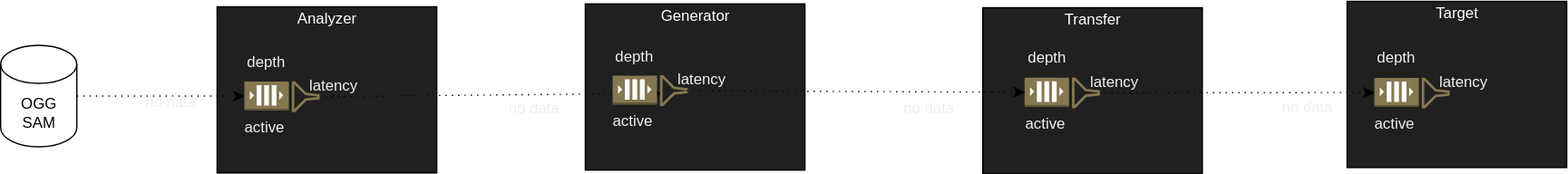
Earlier version of the draw.io export testgraph.svg (hectick/testing). Source tidied: cells renumbered, new cells last; positions are measured from the earlier drawing's top-left corner, leaving out a move shared by most shapes.
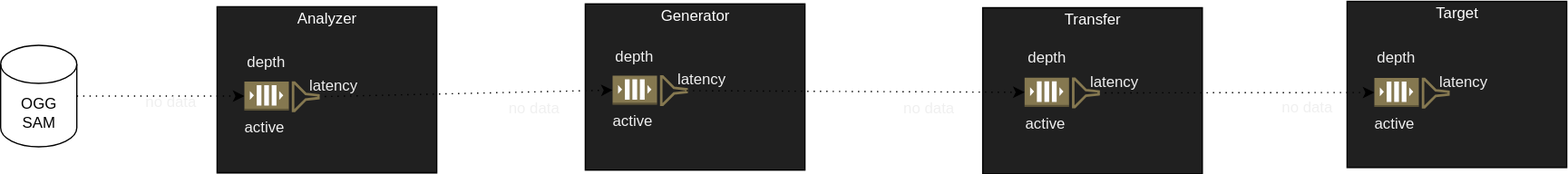
After the commit.

The edit, as a diff of the source:
```diff
@@ -20,10 +20,8 @@
     <mxCell id="7" value="&lt;div style=&quot;box-sizing: border-box ; width: 100% ; padding: 2px&quot;&gt;&lt;font color=&quot;#ffffff&quot;&gt;Generator&lt;/font&gt;&lt;/div&gt;" style="verticalAlign=top;align=center;overflow=fill;html=1;labelBackgroundColor=#202020;labelBorderColor=none;fillColor=#030303;strokeWidth=2;" parent="1" vertex="1">
       <mxGeometry x="461" y="2" width="172" height="130" as="geometry" />
     </mxCell>
-    <mxCell id="8" style="endArrow=classic;html=1;rounded=1;dashed=1;dashPattern=1 4;exitX=0.5;exitY=1;exitDx=0;exitDy=0;exitPerimeter=0;" parent="1" edge="1" source="22">
-      <mxGeometry relative="1" as="geometry">
-        <mxPoint x="521" y="72" as="targetPoint" />
-      </mxGeometry>
+    <mxCell id="8" style="endArrow=classic;html=1;rounded=1;dashed=1;dashPattern=1 4;exitX=0.5;exitY=1;exitDx=0;exitDy=0;exitPerimeter=0;entryX=0;entryY=0.5;entryDx=0;entryDy=0;entryPerimeter=0;" parent="1" edge="1" source="22" target="37">
+      <mxGeometry relative="1" as="geometry" />
     </mxCell>
     <mxCell id="9" style="endArrow=classic;html=1;rounded=1;dashed=1;dashPattern=1 4;exitX=1;exitY=0.5;exitDx=0;exitDy=0;exitPerimeter=0;entryX=0;entryY=0.5;entryDx=0;entryDy=0;entryPerimeter=0;" parent="1" edge="1" source="42" target="23">
       <mxGeometry relative="1" as="geometry" />
```
